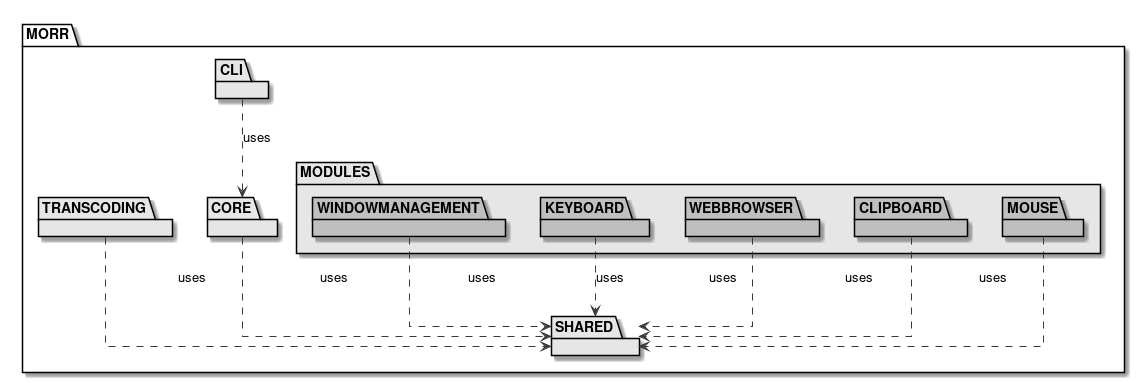
The PlantUML diagram documents/sd/resources/Packages/AllPackages.png in insightmind/MORR, before a commit.
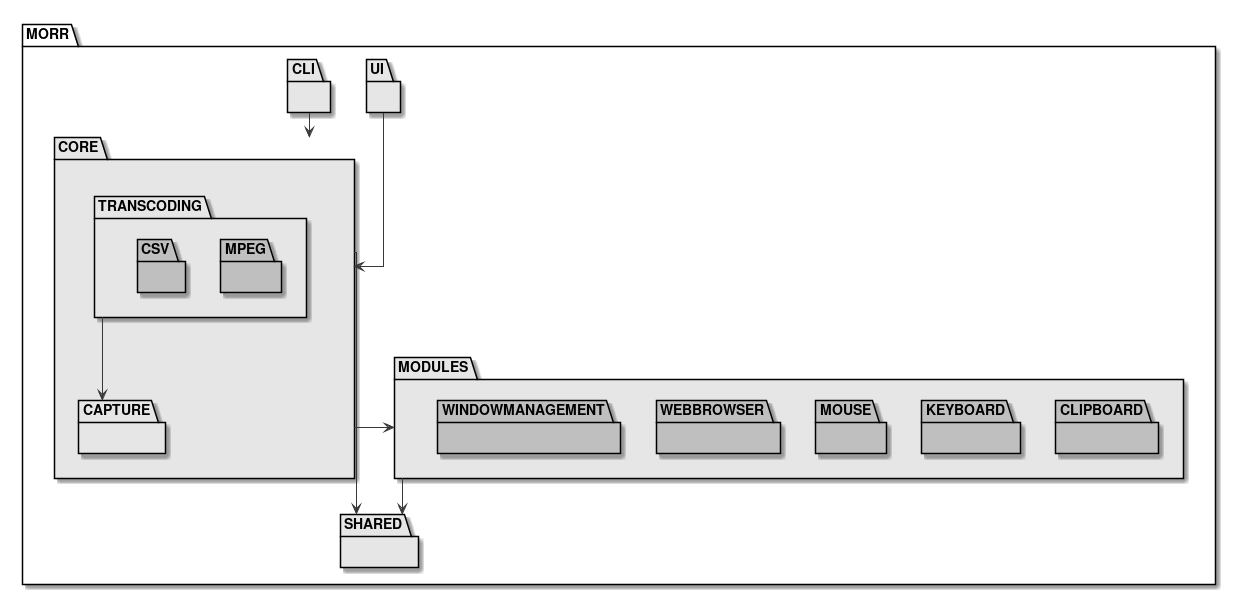
After the change.

Commit message:
Added package uml diagrams.

Change to the diagram source:
```diff
@@ -1,28 +1,64 @@
-@startuml
+@startuml packages
+skinparam monochrome true
 skinparam linetype ortho
-skinparam monochrome true
-skinparam classAttributeIconSize 0
 
-package MORR {
-    package CORE #E6E6E6
-    package CLI #E6E6E6
-    package SHARED #E6E6E6
-    package TRANSCODING #E6E6E6
-    package MODULES #E6E6E6 {
-        package WINDOWMANAGEMENT #BFBFBF
-        package KEYBOARD #BFBFBF
-        package WEBBROWSER #BFBFBF
-        package CLIPBOARD #BFBFBF
-        package MOUSE #BFBFBF
-        MOUSE ..> SHARED : uses
-        CLIPBOARD ..> SHARED : uses
-        WEBBROWSER ..> SHARED : uses
-        KEYBOARD ..> SHARED : uses
-        WINDOWMANAGEMENT ..> SHARED : uses
+package "MORR" {
+    package "CORE" #E6E6E6 {
+        package "TRANSCODING" #E6E6E6 {
+            package "MPEG" #BFBFBF {
+
+            }
+
+            package "CSV" #BFBFBF {
+
+            }
+        }
+        package "CAPTURE" #E6E6E6 {
+
+        }
     }
-    CORE ..> SHARED : uses
-    CLI ..> CORE : uses
-    TRANSCODING ..> SHARED : uses
+
+
+    package "UI" #E6E6E6 {
+
+    }
+
+    package "CLI" #E6E6E6 {
+
+    }
+
+    package "MODULES" #E6E6E6 {
+        package "CLIPBOARD" #BFBFBF {
+
+        }
+
+        package "KEYBOARD" #BFBFBF {
+
+        }
+
+        package "MOUSE" #BFBFBF {
+
+        }
+
+        package "WEBBROWSER" #BFBFBF {
+
+        }
+
+        package "WINDOWMANAGEMENT" #BFBFBF {
+
+        }
+    }
+
+
+    package "SHARED" #E6E6E6 {
+
+    }
+
+    CLI --> CORE
+    UI --> CORE
+    CORE --> MODULES
+    MODULES --> SHARED
+    TRANSCODING --> CAPTURE
+    CORE --> SHARED
 }
-
 @enduml
```
